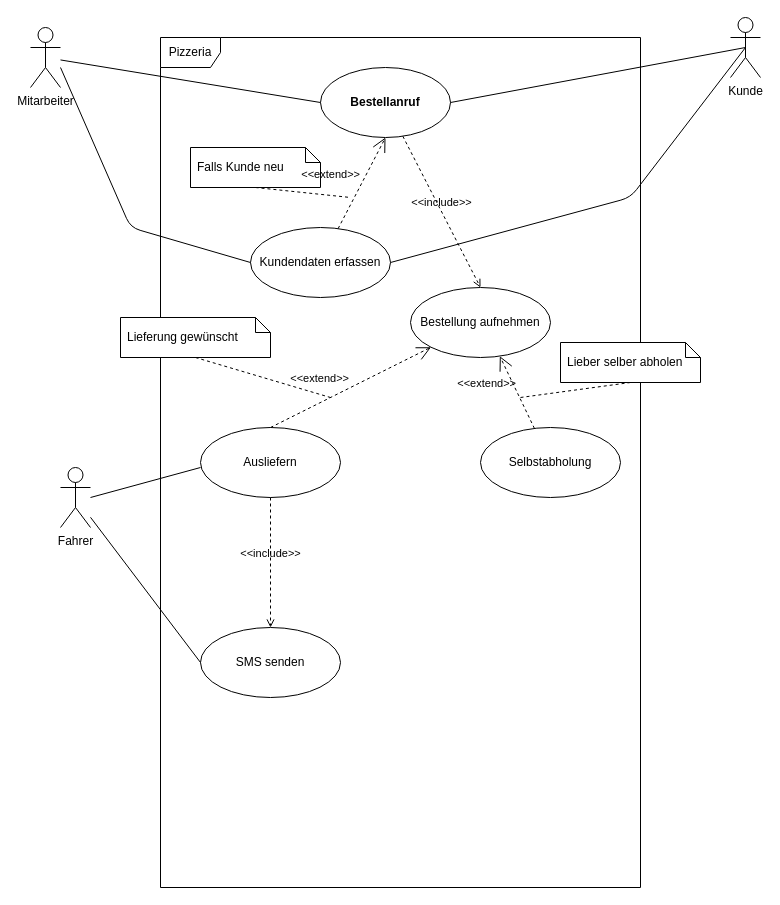
This is 02_UML_UseCase_Diagramm.drawio from 05-FUEM-I-ComCaveDD/01_UML_Diagramme, a draw.io file, before an edit. Source tidied: cells renumbered, new cells numbered last; positions are measured from the earlier drawing's top-left corner, leaving out a move shared by most shapes. Both pictures are drawn from the tidied source at 100%, with x=0, y=0 at pixel (30, 17).
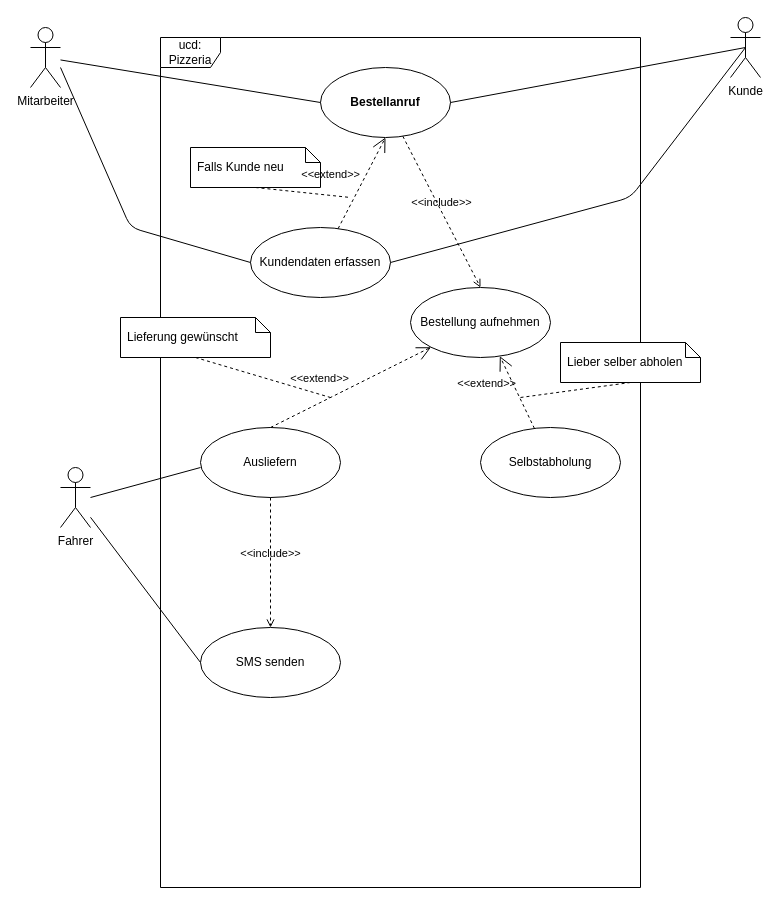
After the change.

The edit, as a diff of the source:
```diff
@@
-    <mxCell id="2" value="Pizzeria" style="shape=umlFrame;whiteSpace=wrap;html=1;" parent="1" vertex="1">
+    <mxCell id="2" value="ucd: Pizzeria" style="shape=umlFrame;whiteSpace=wrap;html=1;" parent="1" vertex="1">
       <mxGeometry x="130" y="20" width="480" height="850" as="geometry" />
     </mxCell>
```
